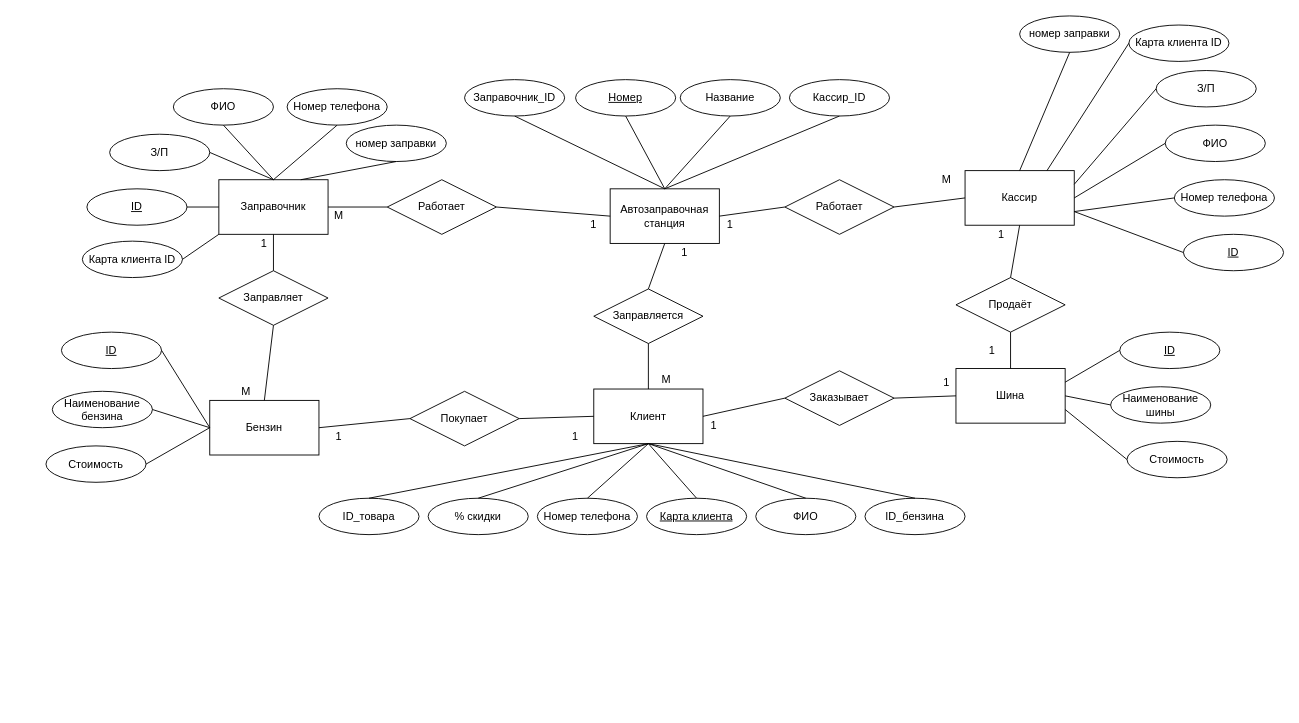
This is page "Page-1" (1 of 2) of UD/Denis_RGR/RGR_ER.drawio from MARSHAL327/University, a draw.io file, before an edit. Source tidied: cells renumbered, new cells numbered last; positions are measured from the earlier drawing's top-left corner, leaving out a move shared by most shapes. Both pictures are drawn from the tidied source at 91%, with x=0, y=0 at pixel (46, 15).
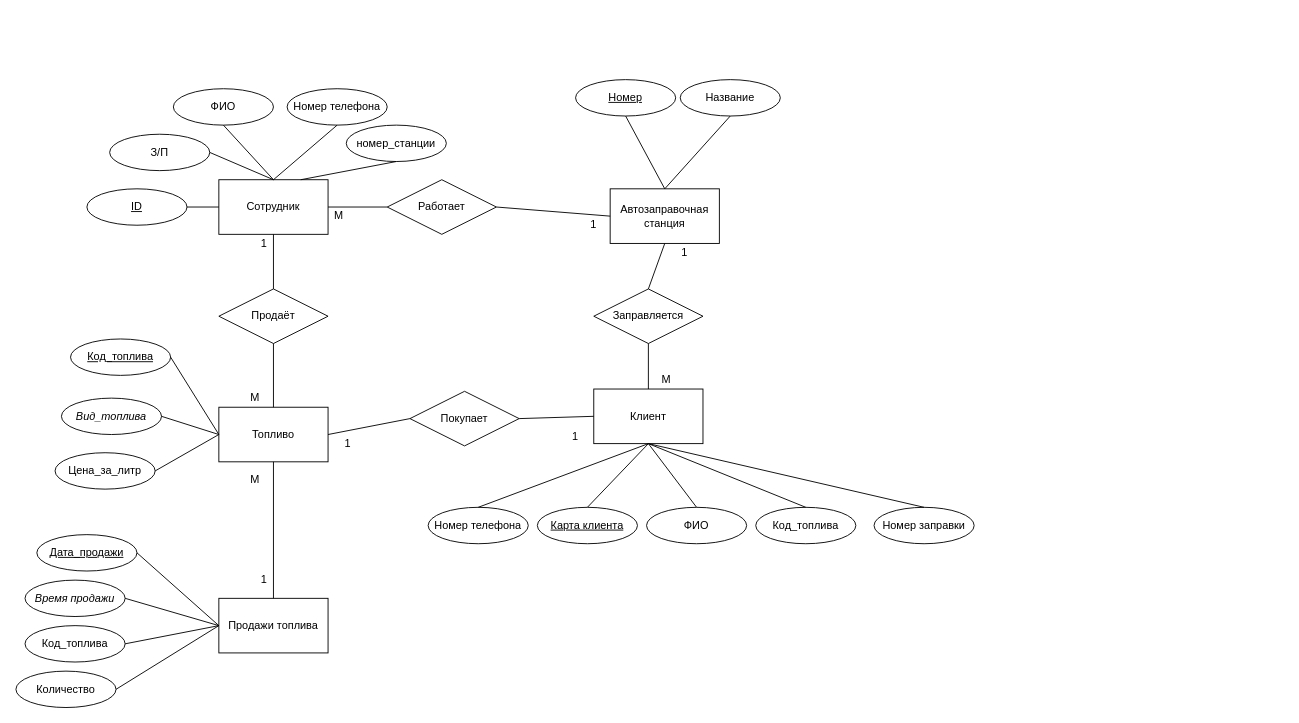
After the change.

Unchanged cells that the change refers to:
```xml
<mxCell id="2" value="Автозаправочная станция" style="rounded=0;whiteSpace=wrap;html=1;" parent="1" vertex="1">
  <mxGeometry x="620" y="190" width="120" height="60" as="geometry" />
</mxCell>
<mxCell id="7" value="Клиент" style="rounded=0;whiteSpace=wrap;html=1;" parent="1" vertex="1">
  <mxGeometry x="602" y="410" width="120" height="60" as="geometry" />
</mxCell>
```

Change to the diagram source:
```diff
@@
-    <mxCell id="6" value="Кассир" style="rounded=0;whiteSpace=wrap;html=1;" parent="1" vertex="1">
-      <mxGeometry x="1010" y="170" width="120" height="60" as="geometry" />
-    </mxCell>
@@
-    <mxCell id="8" value="ФИО" style="ellipse;whiteSpace=wrap;html=1;" parent="1" vertex="1">
-      <mxGeometry x="1230" y="120" width="110" height="40" as="geometry" />
-    </mxCell>
     <mxCell id="9" value="ФИО" style="ellipse;whiteSpace=wrap;html=1;" parent="1" vertex="1">
-      <mxGeometry x="780" y="530" width="110" height="40" as="geometry" />
+      <mxGeometry x="660" y="540" width="110" height="40" as="geometry" />
     </mxCell>
@@
-    <mxCell id="11" style="endArrow=none;html=1;entryX=0;entryY=0.5;entryDx=0;entryDy=0;exitX=1;exitY=0.5;exitDx=0;exitDy=0;" parent="1" edge="1" source="6" target="8">
-      <mxGeometry relative="1" as="geometry" />
-    </mxCell>
@@
     <mxCell id="14" value="&lt;u&gt;Карта клиента&lt;/u&gt;" style="ellipse;whiteSpace=wrap;html=1;" parent="1" vertex="1">
-      <mxGeometry x="660" y="530" width="110" height="40" as="geometry" />
+      <mxGeometry x="540" y="540" width="110" height="40" as="geometry" />
     </mxCell>
@@
     <mxCell id="16" value="Номер телефона" style="ellipse;whiteSpace=wrap;html=1;" parent="1" vertex="1">
-      <mxGeometry x="540" y="530" width="110" height="40" as="geometry" />
+      <mxGeometry x="420" y="540" width="110" height="40" as="geometry" />
     </mxCell>
@@
-    <mxCell id="18" value="% скидки" style="ellipse;whiteSpace=wrap;html=1;" parent="1" vertex="1">
-      <mxGeometry x="420" y="530" width="110" height="40" as="geometry" />
-    </mxCell>
-    <mxCell id="19" style="endArrow=none;html=1;exitX=0.5;exitY=0;exitDx=0;exitDy=0;entryX=0.5;entryY=1;entryDx=0;entryDy=0;" parent="1" edge="1" source="18" target="7">
-      <mxGeometry relative="1" as="geometry" />
-    </mxCell>
-    <mxCell id="20" value="Заправочник" style="rounded=0;whiteSpace=wrap;html=1;" parent="1" vertex="1">
+    <mxCell id="20" value="Сотрудник" style="rounded=0;whiteSpace=wrap;html=1;" parent="1" vertex="1">
       <mxGeometry x="190" y="180" width="120" height="60" as="geometry" />
     </mxCell>
@@
-    <mxCell id="25" value="Номер телефона" style="ellipse;whiteSpace=wrap;html=1;" parent="1" vertex="1">
-      <mxGeometry x="1240" y="180" width="110" height="40" as="geometry" />
-    </mxCell>
-    <mxCell id="26" style="endArrow=none;html=1;entryX=0;entryY=0.5;entryDx=0;entryDy=0;exitX=1;exitY=0.75;exitDx=0;exitDy=0;" parent="1" edge="1" source="6" target="25">
-      <mxGeometry relative="1" as="geometry" />
-    </mxCell>
-    <mxCell id="27" value="З/П" style="ellipse;whiteSpace=wrap;html=1;" parent="1" vertex="1">
-      <mxGeometry x="1220" y="60" width="110" height="40" as="geometry" />
-    </mxCell>
-    <mxCell id="28" style="endArrow=none;html=1;entryX=1;entryY=0.25;entryDx=0;entryDy=0;exitX=0;exitY=0.5;exitDx=0;exitDy=0;" parent="1" edge="1" source="27" target="6">
-      <mxGeometry relative="1" as="geometry" />
-    </mxCell>
@@
-    <mxCell id="31" value="&lt;u&gt;ID&lt;/u&gt;" style="ellipse;whiteSpace=wrap;html=1;" parent="1" vertex="1">
-      <mxGeometry x="1250" y="240" width="110" height="40" as="geometry" />
-    </mxCell>
-    <mxCell id="32" style="endArrow=none;html=1;entryX=1;entryY=0.75;entryDx=0;entryDy=0;exitX=0;exitY=0.5;exitDx=0;exitDy=0;" parent="1" edge="1" source="31" target="6">
-      <mxGeometry relative="1" as="geometry" />
-    </mxCell>
@@
-    <mxCell id="41" value="Работает" style="rhombus;whiteSpace=wrap;html=1;" parent="1" vertex="1">
-      <mxGeometry x="812" y="180" width="120" height="60" as="geometry" />
-    </mxCell>
-    <mxCell id="42" style="endArrow=none;html=1;entryX=0;entryY=0.5;entryDx=0;entryDy=0;exitX=1;exitY=0.5;exitDx=0;exitDy=0;" parent="1" edge="1" source="41" target="6">
-      <mxGeometry relative="1" as="geometry" />
-    </mxCell>
-    <mxCell id="43" style="endArrow=none;html=1;entryX=0;entryY=0.5;entryDx=0;entryDy=0;exitX=1;exitY=0.5;exitDx=0;exitDy=0;" parent="1" edge="1" source="2" target="41">
-      <mxGeometry relative="1" as="geometry" />
-    </mxCell>
-    <mxCell id="44" value="Продаёт" style="rhombus;whiteSpace=wrap;html=1;" parent="1" vertex="1">
-      <mxGeometry x="1000" y="287.5" width="120" height="60" as="geometry" />
-    </mxCell>
-    <mxCell id="45" value="Заправляет" style="rhombus;whiteSpace=wrap;html=1;" parent="1" vertex="1">
-      <mxGeometry x="190" y="280" width="120" height="60" as="geometry" />
+    <mxCell id="45" value="Продаёт" style="rhombus;whiteSpace=wrap;html=1;" parent="1" vertex="1">
+      <mxGeometry x="190" y="300" width="120" height="60" as="geometry" />
     </mxCell>
@@
-    <mxCell id="47" style="endArrow=none;html=1;exitX=0.5;exitY=0;exitDx=0;exitDy=0;entryX=0.5;entryY=1;entryDx=0;entryDy=0;" parent="1" edge="1" source="44" target="6">
-      <mxGeometry relative="1" as="geometry" />
-    </mxCell>
-    <mxCell id="48" style="endArrow=none;html=1;entryX=0;entryY=0.5;entryDx=0;entryDy=0;exitX=1;exitY=0.5;exitDx=0;exitDy=0;" parent="1" edge="1" source="7" target="64">
-      <mxGeometry relative="1" as="geometry" />
-    </mxCell>
@@
-    <mxCell id="52" value="1" style="text;html=1;strokeColor=none;fillColor=none;align=center;verticalAlign=middle;whiteSpace=wrap;rounded=0;" parent="1" vertex="1">
-      <mxGeometry x="732" y="220" width="40" height="20" as="geometry" />
-    </mxCell>
@@
-    <mxCell id="54" value="1" style="text;html=1;strokeColor=none;fillColor=none;align=center;verticalAlign=middle;whiteSpace=wrap;rounded=0;" parent="1" vertex="1">
-      <mxGeometry x="714" y="440" width="40" height="20" as="geometry" />
-    </mxCell>
@@
-    <mxCell id="57" value="1" style="text;html=1;strokeColor=none;fillColor=none;align=center;verticalAlign=middle;whiteSpace=wrap;rounded=0;" parent="1" vertex="1">
-      <mxGeometry x="1030" y="230" width="40" height="20" as="geometry" />
-    </mxCell>
-    <mxCell id="58" value="М" style="text;html=1;strokeColor=none;fillColor=none;align=center;verticalAlign=middle;whiteSpace=wrap;rounded=0;" parent="1" vertex="1">
-      <mxGeometry x="970" y="170" width="40" height="20" as="geometry" />
-    </mxCell>
-    <mxCell id="59" value="Бензин" style="rounded=0;whiteSpace=wrap;html=1;" parent="1" vertex="1">
-      <mxGeometry x="180" y="422.5" width="120" height="60" as="geometry" />
+    <mxCell id="59" value="Топливо" style="rounded=0;whiteSpace=wrap;html=1;" parent="1" vertex="1">
+      <mxGeometry x="190" y="430" width="120" height="60" as="geometry" />
     </mxCell>
-    <mxCell id="60" value="Шина" style="rounded=0;whiteSpace=wrap;html=1;" parent="1" vertex="1">
-      <mxGeometry x="1000" y="387.5" width="120" height="60" as="geometry" />
-    </mxCell>
-    <mxCell id="61" value="Наименование шины" style="ellipse;whiteSpace=wrap;html=1;" parent="1" vertex="1">
-      <mxGeometry x="1170" y="407.5" width="110" height="40" as="geometry" />
-    </mxCell>
-    <mxCell id="62" value="Стоимость" style="ellipse;whiteSpace=wrap;html=1;" parent="1" vertex="1">
-      <mxGeometry x="1188" y="467.5" width="110" height="40" as="geometry" />
-    </mxCell>
-    <mxCell id="63" value="&lt;u&gt;ID&lt;/u&gt;" style="ellipse;whiteSpace=wrap;html=1;" parent="1" vertex="1">
-      <mxGeometry x="1180" y="347.5" width="110" height="40" as="geometry" />
-    </mxCell>
-    <mxCell id="64" value="Заказывает" style="rhombus;whiteSpace=wrap;html=1;" parent="1" vertex="1">
-      <mxGeometry x="812" y="390" width="120" height="60" as="geometry" />
-    </mxCell>
-    <mxCell id="65" style="endArrow=none;html=1;entryX=0;entryY=0.5;entryDx=0;entryDy=0;exitX=1;exitY=0.75;exitDx=0;exitDy=0;" parent="1" edge="1" source="60" target="62">
-      <mxGeometry relative="1" as="geometry" />
-    </mxCell>
-    <mxCell id="66" style="endArrow=none;html=1;entryX=0;entryY=0.5;entryDx=0;entryDy=0;exitX=1;exitY=0.5;exitDx=0;exitDy=0;" parent="1" edge="1" source="64" target="60">
-      <mxGeometry relative="1" as="geometry" />
-    </mxCell>
-    <mxCell id="67" style="endArrow=none;html=1;entryX=0;entryY=0.5;entryDx=0;entryDy=0;exitX=1;exitY=0.25;exitDx=0;exitDy=0;" parent="1" edge="1" source="60" target="63">
-      <mxGeometry relative="1" as="geometry" />
-    </mxCell>
-    <mxCell id="68" style="endArrow=none;html=1;entryX=0;entryY=0.5;entryDx=0;entryDy=0;exitX=1;exitY=0.5;exitDx=0;exitDy=0;" parent="1" edge="1" source="60" target="61">
-      <mxGeometry relative="1" as="geometry" />
-    </mxCell>
-    <mxCell id="69" style="endArrow=none;html=1;entryX=0.5;entryY=0;entryDx=0;entryDy=0;exitX=0.5;exitY=1;exitDx=0;exitDy=0;" parent="1" edge="1" source="44" target="60">
-      <mxGeometry relative="1" as="geometry" />
-    </mxCell>
-    <mxCell id="70" value="Наименование бензина" style="ellipse;whiteSpace=wrap;html=1;" parent="1" vertex="1">
-      <mxGeometry x="7" y="412.5" width="110" height="40" as="geometry" />
+    <mxCell id="70" value="&lt;i&gt;Вид_топлива&lt;/i&gt;" style="ellipse;whiteSpace=wrap;html=1;" parent="1" vertex="1">
+      <mxGeometry x="17" y="420" width="110" height="40" as="geometry" />
     </mxCell>
-    <mxCell id="71" value="Стоимость" style="ellipse;whiteSpace=wrap;html=1;" parent="1" vertex="1">
-      <mxGeometry y="472.5" width="110" height="40" as="geometry" />
+    <mxCell id="71" value="Цена_за_литр" style="ellipse;whiteSpace=wrap;html=1;" parent="1" vertex="1">
+      <mxGeometry x="10" y="480" width="110" height="40" as="geometry" />
     </mxCell>
-    <mxCell id="72" value="&lt;u&gt;ID&lt;/u&gt;" style="ellipse;whiteSpace=wrap;html=1;" parent="1" vertex="1">
-      <mxGeometry x="17" y="347.5" width="110" height="40" as="geometry" />
+    <mxCell id="72" value="&lt;u&gt;Код_топлива&lt;/u&gt;" style="ellipse;whiteSpace=wrap;html=1;" parent="1" vertex="1">
+      <mxGeometry x="27" y="355" width="110" height="40" as="geometry" />
     </mxCell>
@@
-    <mxCell id="79" value="1" style="text;html=1;strokeColor=none;fillColor=none;align=center;verticalAlign=middle;whiteSpace=wrap;rounded=0;" parent="1" vertex="1">
-      <mxGeometry x="970" y="392.5" width="40" height="20" as="geometry" />
-    </mxCell>
-    <mxCell id="80" value="1" style="text;html=1;strokeColor=none;fillColor=none;align=center;verticalAlign=middle;whiteSpace=wrap;rounded=0;" parent="1" vertex="1">
-      <mxGeometry x="1020" y="357.5" width="40" height="20" as="geometry" />
-    </mxCell>
@@
     <mxCell id="82" value="М" style="text;html=1;strokeColor=none;fillColor=none;align=center;verticalAlign=middle;whiteSpace=wrap;rounded=0;" parent="1" vertex="1">
-      <mxGeometry x="200" y="402.5" width="40" height="20" as="geometry" />
+      <mxGeometry x="210" y="410" width="40" height="20" as="geometry" />
     </mxCell>
     <mxCell id="83" value="1" style="text;html=1;strokeColor=none;fillColor=none;align=center;verticalAlign=middle;whiteSpace=wrap;rounded=0;" parent="1" vertex="1">
-      <mxGeometry x="302" y="452.5" width="40" height="20" as="geometry" />
+      <mxGeometry x="312" y="460" width="40" height="20" as="geometry" />
     </mxCell>
-    <mxCell id="84" value="Карта клиента ID" style="ellipse;whiteSpace=wrap;html=1;" parent="1" vertex="1">
-      <mxGeometry x="40" y="247.5" width="110" height="40" as="geometry" />
-    </mxCell>
-    <mxCell id="85" style="endArrow=none;html=1;exitX=1;exitY=0.5;exitDx=0;exitDy=0;entryX=0;entryY=1;entryDx=0;entryDy=0;" parent="1" edge="1" source="84" target="20">
-      <mxGeometry relative="1" as="geometry" />
-    </mxCell>
-    <mxCell id="86" value="Карта клиента ID" style="ellipse;whiteSpace=wrap;html=1;" parent="1" vertex="1">
-      <mxGeometry x="1190" y="10" width="110" height="40" as="geometry" />
-    </mxCell>
-    <mxCell id="87" style="endArrow=none;html=1;entryX=0;entryY=0.5;entryDx=0;entryDy=0;exitX=0.75;exitY=0;exitDx=0;exitDy=0;" parent="1" edge="1" source="6" target="86">
-      <mxGeometry relative="1" as="geometry" />
-    </mxCell>
-    <mxCell id="88" style="group;" parent="1" vertex="1">
-      <mxGeometry x="460" y="70" width="110" height="40" as="geometry" />
-    </mxCell>
-    <mxCell id="89" value="Заправочник_ID" style="ellipse;whiteSpace=wrap;html=1;" parent="88" vertex="1">
-      <mxGeometry width="110" height="40" as="geometry" />
-    </mxCell>
-    <mxCell id="90" style="group;" parent="1" vertex="1">
-      <mxGeometry x="817" y="70" width="110" height="40" as="geometry" />
-    </mxCell>
-    <mxCell id="91" value="Кассир_ID" style="ellipse;whiteSpace=wrap;html=1;" parent="90" vertex="1">
-      <mxGeometry width="110" height="40" as="geometry" />
-    </mxCell>
-    <mxCell id="92" style="endArrow=none;html=1;entryX=0.5;entryY=1;entryDx=0;entryDy=0;exitX=0.5;exitY=0;exitDx=0;exitDy=0;" parent="1" edge="1" source="2" target="89">
-      <mxGeometry relative="1" as="geometry" />
-    </mxCell>
-    <mxCell id="93" style="endArrow=none;html=1;entryX=0.5;entryY=1;entryDx=0;entryDy=0;exitX=0.5;exitY=0;exitDx=0;exitDy=0;" parent="1" edge="1" source="2" target="91">
-      <mxGeometry relative="1" as="geometry" />
-    </mxCell>
-    <mxCell id="94" value="ID_бензина" style="ellipse;whiteSpace=wrap;html=1;" parent="1" vertex="1">
-      <mxGeometry x="900" y="530" width="110" height="40" as="geometry" />
+    <mxCell id="94" value="Код_топлива" style="ellipse;whiteSpace=wrap;html=1;" parent="1" vertex="1">
+      <mxGeometry x="780" y="540" width="110" height="40" as="geometry" />
     </mxCell>
@@
-    <mxCell id="96" value="ID_товара" style="ellipse;whiteSpace=wrap;html=1;" parent="1" vertex="1">
-      <mxGeometry x="300" y="530" width="110" height="40" as="geometry" />
-    </mxCell>
-    <mxCell id="97" style="endArrow=none;html=1;exitX=0.5;exitY=0;exitDx=0;exitDy=0;entryX=0.5;entryY=1;entryDx=0;entryDy=0;" parent="1" edge="1" source="96" target="7">
-      <mxGeometry relative="1" as="geometry" />
-    </mxCell>
-    <mxCell id="98" value="номер заправки" style="ellipse;whiteSpace=wrap;html=1;" parent="1" vertex="1">
-      <mxGeometry x="1070" width="110" height="40" as="geometry" />
-    </mxCell>
-    <mxCell id="99" style="endArrow=none;html=1;entryX=0.5;entryY=1;entryDx=0;entryDy=0;exitX=0.5;exitY=0;exitDx=0;exitDy=0;" parent="1" edge="1" source="6" target="98">
-      <mxGeometry relative="1" as="geometry" />
-    </mxCell>
-    <mxCell id="100" value="номер заправки" style="ellipse;whiteSpace=wrap;html=1;" parent="1" vertex="1">
+    <mxCell id="100" value="номер_станции" style="ellipse;whiteSpace=wrap;html=1;" parent="1" vertex="1">
       <mxGeometry x="330" y="120" width="110" height="40" as="geometry" />
     </mxCell>
@@
+    <mxCell id="102" value="Продажи топлива" style="rounded=0;whiteSpace=wrap;html=1;" parent="1" vertex="1">
+      <mxGeometry x="190" y="640" width="120" height="60" as="geometry" />
+    </mxCell>
+    <mxCell id="103" value="&lt;u&gt;Дата_продажи&lt;/u&gt;" style="ellipse;whiteSpace=wrap;html=1;" parent="1" vertex="1">
+      <mxGeometry x="-10" y="570" width="110" height="40" as="geometry" />
+    </mxCell>
+    <mxCell id="104" value="&lt;i&gt;&lt;span&gt;Время продажи&lt;/span&gt;&lt;/i&gt;" style="ellipse;whiteSpace=wrap;html=1;fontStyle=0;" parent="1" vertex="1">
+      <mxGeometry x="-23" y="620" width="110" height="40" as="geometry" />
+    </mxCell>
+    <mxCell id="105" value="&lt;span&gt;Код_топлива&lt;/span&gt;" style="ellipse;whiteSpace=wrap;html=1;fontStyle=0;" parent="1" vertex="1">
+      <mxGeometry x="-23" y="670" width="110" height="40" as="geometry" />
+    </mxCell>
+    <mxCell id="106" value="&lt;span&gt;Количество&lt;/span&gt;" style="ellipse;whiteSpace=wrap;html=1;fontStyle=0;" parent="1" vertex="1">
+      <mxGeometry x="-33" y="720" width="110" height="40" as="geometry" />
+    </mxCell>
+    <mxCell id="107" style="endArrow=none;html=1;exitX=1;exitY=0.5;exitDx=0;exitDy=0;entryX=0;entryY=0.5;entryDx=0;entryDy=0;" parent="1" edge="1" source="106" target="102">
+      <mxGeometry relative="1" as="geometry" />
+    </mxCell>
+    <mxCell id="108" style="endArrow=none;html=1;exitX=1;exitY=0.5;exitDx=0;exitDy=0;entryX=0;entryY=0.5;entryDx=0;entryDy=0;" parent="1" edge="1" source="105" target="102">
+      <mxGeometry relative="1" as="geometry" />
+    </mxCell>
+    <mxCell id="109" style="endArrow=none;html=1;exitX=1;exitY=0.5;exitDx=0;exitDy=0;entryX=0;entryY=0.5;entryDx=0;entryDy=0;" parent="1" edge="1" source="104" target="102">
+      <mxGeometry relative="1" as="geometry" />
+    </mxCell>
+    <mxCell id="110" style="endArrow=none;html=1;exitX=1;exitY=0.5;exitDx=0;exitDy=0;entryX=0;entryY=0.5;entryDx=0;entryDy=0;" parent="1" edge="1" source="103" target="102">
+      <mxGeometry relative="1" as="geometry" />
+    </mxCell>
+    <mxCell id="111" style="endArrow=none;html=1;exitX=0.5;exitY=0;exitDx=0;exitDy=0;entryX=0.5;entryY=1;entryDx=0;entryDy=0;" parent="1" edge="1" source="102" target="59">
+      <mxGeometry relative="1" as="geometry" />
+    </mxCell>
+    <mxCell id="112" value="1" style="text;html=1;strokeColor=none;fillColor=none;align=center;verticalAlign=middle;whiteSpace=wrap;rounded=0;" parent="1" vertex="1">
+      <mxGeometry x="220" y="610" width="40" height="20" as="geometry" />
+    </mxCell>
+    <mxCell id="58" value="М" style="text;html=1;strokeColor=none;fillColor=none;align=center;verticalAlign=middle;whiteSpace=wrap;rounded=0;" parent="1" vertex="1">
+      <mxGeometry x="210" y="500" width="40" height="20" as="geometry" />
+    </mxCell>
+    <mxCell id="113" style="group;fontStyle=4;" parent="1" vertex="1">
+      <mxGeometry x="910" y="540" width="110" height="40" as="geometry" />
+    </mxCell>
+    <mxCell id="114" value="Номер заправки" style="ellipse;whiteSpace=wrap;html=1;" parent="113" vertex="1">
+      <mxGeometry width="110" height="40" as="geometry" />
+    </mxCell>
+    <mxCell id="115" style="endArrow=none;html=1;exitX=0.5;exitY=1;exitDx=0;exitDy=0;entryX=0.5;entryY=0;entryDx=0;entryDy=0;" parent="1" edge="1" source="7" target="114">
+      <mxGeometry relative="1" as="geometry" />
+    </mxCell>
```
